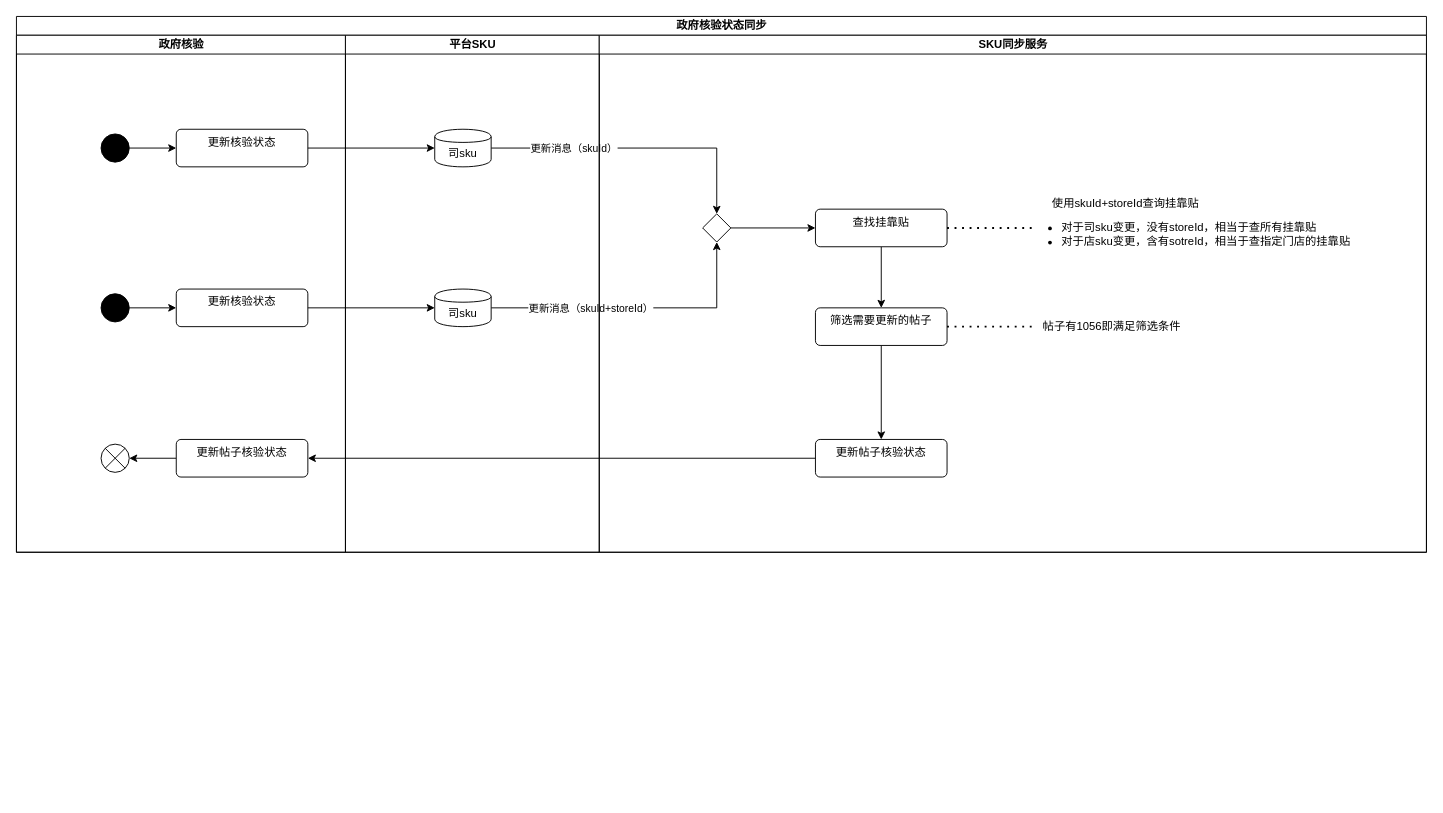
guyukou/drawio keeps this draw.io diagram as page "流程-sku自动同步政府核验状态到帖子" (6 of 6) of 设计文档/政府核验sku化.drawio. Above is the earlier version. Source tidied: cells renumbered, new cells numbered last; positions are measured from the earlier drawing's top-left corner, leaving out a move shared by most shapes. Both pictures are drawn from the tidied source at 94%, with x=0, y=0 at pixel (16, 16).
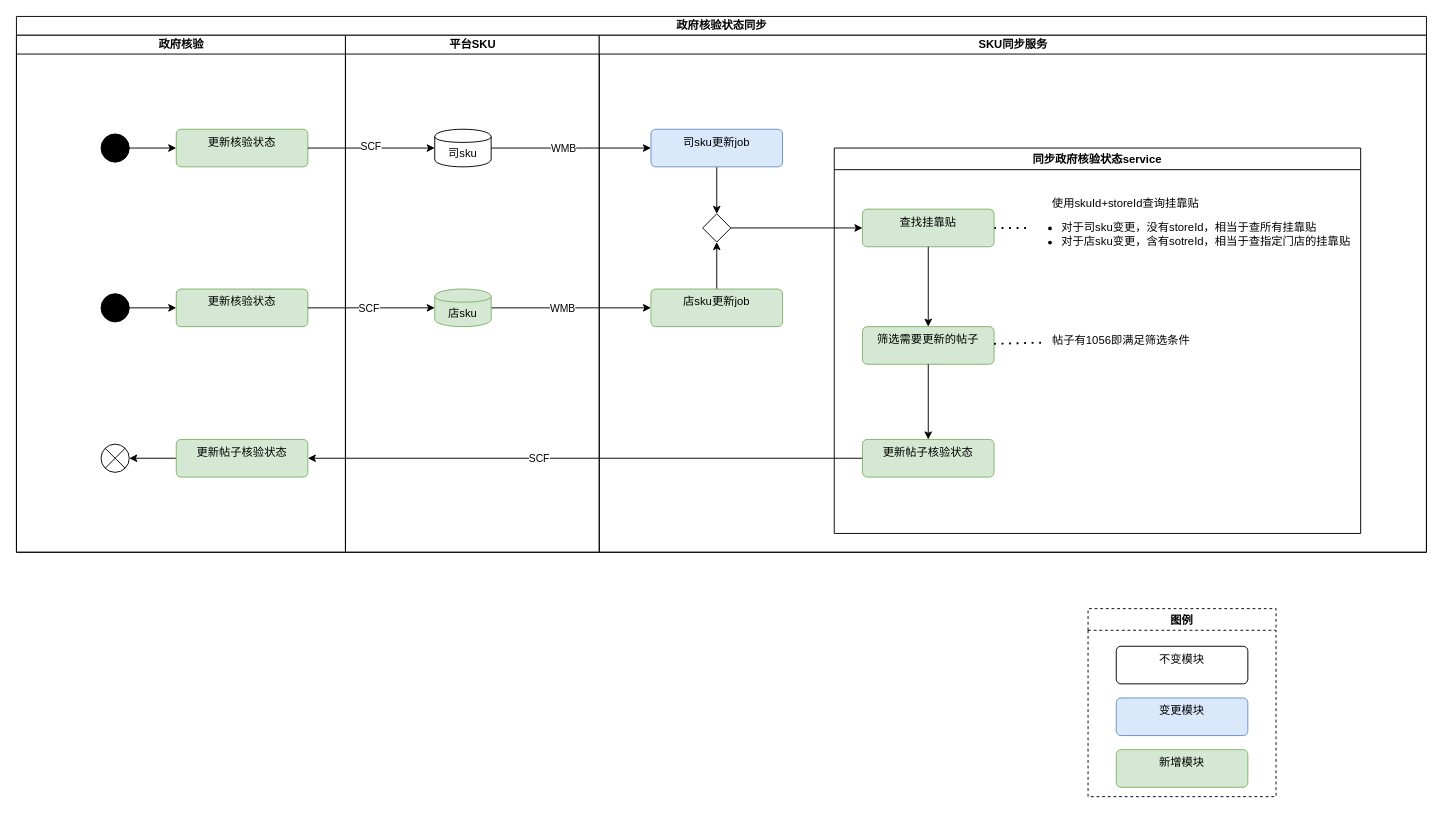
After the change.

Commit message:
更新政府核验sku化.drawio

Unchanged cells that the change refers to:
```xml
<mxCell id="2" value="政府核验状态同步" style="swimlane;startSize=20;html=1;" parent="1" vertex="1">
  <mxGeometry width="1500" height="570" as="geometry" />
</mxCell>
<mxCell id="3" value="政府核验" style="swimlane;startSize=20;html=1;" parent="2" vertex="1">
  <mxGeometry y="20" width="350" height="550" as="geometry" />
</mxCell>
<mxCell id="13" style="edgeStyle=orthogonalEdgeStyle;rounded=0;jettySize=auto;html=1;entryX=0;entryY=0.5;entryDx=0;entryDy=0;" parent="2" edge="1" source="6" target="20">
  <mxGeometry relative="1" as="geometry" />
</mxCell>
<mxCell id="16" style="edgeStyle=orthogonalEdgeStyle;rounded=0;jettySize=auto;html=1;entryX=0;entryY=0.5;entryDx=0;entryDy=0;" parent="2" edge="1" source="8" target="21">
  <mxGeometry relative="1" as="geometry" />
</mxCell>
<mxCell id="19" value="平台SKU" style="swimlane;startSize=20;html=1;" parent="2" vertex="1">
  <mxGeometry x="350" y="20" width="270" height="550" as="geometry" />
</mxCell>
<mxCell id="20" value="司sku" style="shape=cylinder;whiteSpace=wrap;html=1;boundedLbl=1;backgroundOutline=1;" parent="19" vertex="1">
  <mxGeometry x="95" y="100" width="60" height="40" as="geometry" />
</mxCell>
<mxCell id="22" value="SKU同步服务" style="swimlane;startSize=20;html=1;" parent="2" vertex="1">
  <mxGeometry x="620" y="20" width="880" height="550" as="geometry" />
</mxCell>
<mxCell id="24" style="rhombus;" parent="22" vertex="1">
  <mxGeometry x="110" y="190" width="30" height="30" as="geometry" />
</mxCell>
<mxCell id="34" style="edgeStyle=orthogonalEdgeStyle;rounded=0;jettySize=auto;html=1;entryX=1;entryY=0.5;entryDx=0;entryDy=0;" parent="2" edge="1" source="29" target="11">
  <mxGeometry relative="1" as="geometry" />
</mxCell>
```

Diff of the diagram source:
```diff
@@
-    <mxCell id="6" value="更新核验状态" style="html=1;align=center;verticalAlign=top;rounded=1;absoluteArcSize=1;arcSize=10;dashed=0;whiteSpace=wrap;" parent="3" vertex="1">
+    <mxCell id="6" value="更新核验状态" style="html=1;align=center;verticalAlign=top;rounded=1;absoluteArcSize=1;arcSize=10;dashed=0;whiteSpace=wrap;fillColor=#d5e8d4;strokeColor=#82b366;" parent="3" vertex="1">
       <mxGeometry x="170" y="100" width="140" height="40" as="geometry" />
     </mxCell>
@@
-    <mxCell id="8" value="更新核验状态" style="html=1;align=center;verticalAlign=top;rounded=1;absoluteArcSize=1;arcSize=10;dashed=0;whiteSpace=wrap;" parent="3" vertex="1">
+    <mxCell id="8" value="更新核验状态" style="html=1;align=center;verticalAlign=top;rounded=1;absoluteArcSize=1;arcSize=10;dashed=0;whiteSpace=wrap;fillColor=#d5e8d4;strokeColor=#82b366;" parent="3" vertex="1">
       <mxGeometry x="170" y="270" width="140" height="40" as="geometry" />
     </mxCell>
@@
-    <mxCell id="11" value="更新帖子核验状态" style="html=1;align=center;verticalAlign=top;rounded=1;absoluteArcSize=1;arcSize=10;dashed=0;whiteSpace=wrap;" parent="3" vertex="1">
+    <mxCell id="11" value="更新帖子核验状态" style="html=1;align=center;verticalAlign=top;rounded=1;absoluteArcSize=1;arcSize=10;dashed=0;whiteSpace=wrap;fillColor=#d5e8d4;strokeColor=#82b366;" parent="3" vertex="1">
       <mxGeometry x="170" y="430" width="140" height="40" as="geometry" />
     </mxCell>
@@
+    <mxCell id="35" value="SCF" style="edgeLabel;html=1;align=center;verticalAlign=middle;" parent="13" vertex="1">
+      <mxGeometry x="-0.02" y="2" relative="1" as="geometry" />
+    </mxCell>
-    <mxCell id="14" style="edgeStyle=orthogonalEdgeStyle;rounded=0;jettySize=auto;html=1;entryX=0.5;entryY=0;entryDx=0;entryDy=0;" parent="2" edge="1" source="20" target="24">
+    <mxCell id="14" style="edgeStyle=orthogonalEdgeStyle;rounded=0;jettySize=auto;html=1;entryX=0;entryY=0.5;entryDx=0;entryDy=0;" parent="2" edge="1" source="20" target="38">
       <mxGeometry relative="1" as="geometry" />
     </mxCell>
-    <mxCell id="15" value="更新消息（skuId）" style="edgeLabel;html=1;align=center;verticalAlign=middle;" parent="14" vertex="1">
-      <mxGeometry x="-0.44" relative="1" as="geometry" />
+    <mxCell id="15" value="WMB" style="edgeLabel;html=1;align=center;verticalAlign=middle;" parent="14" vertex="1">
+      <mxGeometry x="-0.44" relative="1" as="geometry">
+        <mxPoint x="28" as="offset" />
+      </mxGeometry>
     </mxCell>
@@
+    <mxCell id="36" value="SCF" style="edgeLabel;html=1;align=center;verticalAlign=middle;" parent="16" vertex="1">
+      <mxGeometry x="-0.05" relative="1" as="geometry" />
+    </mxCell>
-    <mxCell id="17" style="edgeStyle=orthogonalEdgeStyle;rounded=0;jettySize=auto;html=1;entryX=0.5;entryY=1;entryDx=0;entryDy=0;" parent="2" edge="1" source="21" target="24">
+    <mxCell id="17" style="edgeStyle=orthogonalEdgeStyle;rounded=0;jettySize=auto;html=1;entryX=0;entryY=0.5;entryDx=0;entryDy=0;" parent="2" edge="1" source="21" target="40">
       <mxGeometry relative="1" as="geometry" />
     </mxCell>
-    <mxCell id="18" value="更新消息（skuId+storeId）" style="edgeLabel;html=1;align=center;verticalAlign=middle;" parent="17" vertex="1">
+    <mxCell id="18" value="WMB" style="edgeLabel;html=1;align=center;verticalAlign=middle;" parent="17" vertex="1">
       <mxGeometry x="-0.44" relative="1" as="geometry">
-        <mxPoint x="18" as="offset" />
+        <mxPoint x="27" as="offset" />
       </mxGeometry>
     </mxCell>
@@
-    <mxCell id="21" value="司sku" style="shape=cylinder;whiteSpace=wrap;html=1;boundedLbl=1;backgroundOutline=1;" parent="19" vertex="1">
+    <mxCell id="21" value="店sku" style="shape=cylinder;whiteSpace=wrap;html=1;boundedLbl=1;backgroundOutline=1;fillColor=#d5e8d4;strokeColor=#82b366;" parent="19" vertex="1">
       <mxGeometry x="95" y="270" width="60" height="40" as="geometry" />
     </mxCell>
@@
-    <mxCell id="25" style="edgeStyle=orthogonalEdgeStyle;rounded=0;jettySize=auto;html=1;entryX=0.5;entryY=0;entryDx=0;entryDy=0;" parent="22" edge="1" source="26" target="28">
-      <mxGeometry relative="1" as="geometry" />
-    </mxCell>
-    <mxCell id="26" value="查找挂靠贴" style="html=1;align=center;verticalAlign=top;rounded=1;absoluteArcSize=1;arcSize=10;dashed=0;whiteSpace=wrap;" parent="22" vertex="1">
-      <mxGeometry x="230" y="185" width="140" height="40" as="geometry" />
-    </mxCell>
-    <mxCell id="27" style="edgeStyle=orthogonalEdgeStyle;rounded=0;jettySize=auto;html=1;entryX=0.5;entryY=0;entryDx=0;entryDy=0;" parent="22" edge="1" source="28" target="29">
-      <mxGeometry relative="1" as="geometry" />
-    </mxCell>
-    <mxCell id="28" value="筛选需要更新的帖子" style="html=1;align=center;verticalAlign=top;rounded=1;absoluteArcSize=1;arcSize=10;dashed=0;whiteSpace=wrap;" parent="22" vertex="1">
-      <mxGeometry x="230" y="290" width="140" height="40" as="geometry" />
-    </mxCell>
-    <mxCell id="29" value="更新帖子核验状态" style="html=1;align=center;verticalAlign=top;rounded=1;absoluteArcSize=1;arcSize=10;dashed=0;whiteSpace=wrap;" parent="22" vertex="1">
-      <mxGeometry x="230" y="430" width="140" height="40" as="geometry" />
-    </mxCell>
@@
+    <mxCell id="37" style="edgeStyle=orthogonalEdgeStyle;rounded=0;jettySize=auto;html=1;entryX=0.5;entryY=0;entryDx=0;entryDy=0;" parent="22" edge="1" source="38" target="24">
+      <mxGeometry relative="1" as="geometry" />
+    </mxCell>
+    <mxCell id="38" value="司sku更新job" style="html=1;align=center;verticalAlign=top;rounded=1;absoluteArcSize=1;arcSize=10;dashed=0;whiteSpace=wrap;fillColor=#dae8fc;strokeColor=#6c8ebf;" parent="22" vertex="1">
+      <mxGeometry x="55" y="100" width="140" height="40" as="geometry" />
+    </mxCell>
+    <mxCell id="39" style="edgeStyle=orthogonalEdgeStyle;rounded=0;jettySize=auto;html=1;entryX=0.5;entryY=1;entryDx=0;entryDy=0;" parent="22" edge="1" source="40" target="24">
+      <mxGeometry relative="1" as="geometry" />
+    </mxCell>
+    <mxCell id="40" value="店sku更新job" style="html=1;align=center;verticalAlign=top;rounded=1;absoluteArcSize=1;arcSize=10;dashed=0;whiteSpace=wrap;fillColor=#d5e8d4;strokeColor=#82b366;" parent="22" vertex="1">
+      <mxGeometry x="55" y="270" width="140" height="40" as="geometry" />
+    </mxCell>
+    <mxCell id="41" value="同步政府核验状态service" style="swimlane;whiteSpace=wrap;html=1;" parent="22" vertex="1">
+      <mxGeometry x="250" y="120" width="560" height="410" as="geometry" />
+    </mxCell>
+    <mxCell id="26" value="查找挂靠贴" style="html=1;align=center;verticalAlign=top;rounded=1;absoluteArcSize=1;arcSize=10;dashed=0;whiteSpace=wrap;fillColor=#d5e8d4;strokeColor=#82b366;" parent="41" vertex="1">
+      <mxGeometry x="30" y="65" width="140" height="40" as="geometry" />
+    </mxCell>
+    <mxCell id="28" value="筛选需要更新的帖子" style="html=1;align=center;verticalAlign=top;rounded=1;absoluteArcSize=1;arcSize=10;dashed=0;whiteSpace=wrap;fillColor=#d5e8d4;strokeColor=#82b366;" parent="41" vertex="1">
+      <mxGeometry x="30" y="190" width="140" height="40" as="geometry" />
+    </mxCell>
+    <mxCell id="25" style="edgeStyle=orthogonalEdgeStyle;rounded=0;jettySize=auto;html=1;entryX=0.5;entryY=0;entryDx=0;entryDy=0;" parent="41" edge="1" source="26" target="28">
+      <mxGeometry relative="1" as="geometry" />
+    </mxCell>
+    <mxCell id="29" value="更新帖子核验状态" style="html=1;align=center;verticalAlign=top;rounded=1;absoluteArcSize=1;arcSize=10;dashed=0;whiteSpace=wrap;fillColor=#d5e8d4;strokeColor=#82b366;" parent="41" vertex="1">
+      <mxGeometry x="30" y="310" width="140" height="40" as="geometry" />
+    </mxCell>
+    <mxCell id="27" style="edgeStyle=orthogonalEdgeStyle;rounded=0;jettySize=auto;html=1;entryX=0.5;entryY=0;entryDx=0;entryDy=0;" parent="41" edge="1" source="28" target="29">
+      <mxGeometry relative="1" as="geometry" />
+    </mxCell>
-    <mxCell id="32" value="帖子有1056即满足筛选条件" style="text;html=1;align=center;verticalAlign=middle;points=[];strokeColor=none;fillColor=none;" parent="22" vertex="1">
-      <mxGeometry x="460" y="295" width="170" height="30" as="geometry" />
+    <mxCell id="32" value="帖子有1056即满足筛选条件" style="text;html=1;align=center;verticalAlign=middle;points=[];strokeColor=none;fillColor=none;" parent="41" vertex="1">
+      <mxGeometry x="220" y="190" width="170" height="30" as="geometry" />
     </mxCell>
-    <mxCell id="33" style="endArrow=none;dashed=1;html=1;dashPattern=1 3;strokeWidth=2;rounded=0;" parent="22" edge="1" source="28" target="32">
+    <mxCell id="33" style="endArrow=none;dashed=1;html=1;dashPattern=1 3;strokeWidth=2;rounded=0;" parent="41" edge="1" source="28" target="32">
       <mxGeometry relative="1" as="geometry" />
     </mxCell>
@@
+    <mxCell id="42" value="SCF" style="edgeLabel;html=1;align=center;verticalAlign=middle;" parent="34" vertex="1">
+      <mxGeometry x="0.17" relative="1" as="geometry" />
+    </mxCell>
+    <mxCell id="43" value="图例" style="swimlane;dashed=1;" parent="1" vertex="1">
+      <mxGeometry x="1140" y="630" width="200" height="200" as="geometry" />
+    </mxCell>
+    <mxCell id="44" value="不变模块" style="html=1;align=center;verticalAlign=top;rounded=1;absoluteArcSize=1;arcSize=10;dashed=0;whiteSpace=wrap;" parent="43" vertex="1">
+      <mxGeometry x="30" y="40" width="140" height="40" as="geometry" />
+    </mxCell>
+    <mxCell id="45" value="变更模块" style="html=1;align=center;verticalAlign=top;rounded=1;absoluteArcSize=1;arcSize=10;dashed=0;whiteSpace=wrap;fillColor=#dae8fc;strokeColor=#6c8ebf;" parent="43" vertex="1">
+      <mxGeometry x="30" y="95" width="140" height="40" as="geometry" />
+    </mxCell>
+    <mxCell id="46" value="新增模块" style="html=1;align=center;verticalAlign=top;rounded=1;absoluteArcSize=1;arcSize=10;dashed=0;whiteSpace=wrap;fillColor=#d5e8d4;strokeColor=#82b366;" parent="43" vertex="1">
+      <mxGeometry x="30" y="150" width="140" height="40" as="geometry" />
+    </mxCell>
```
